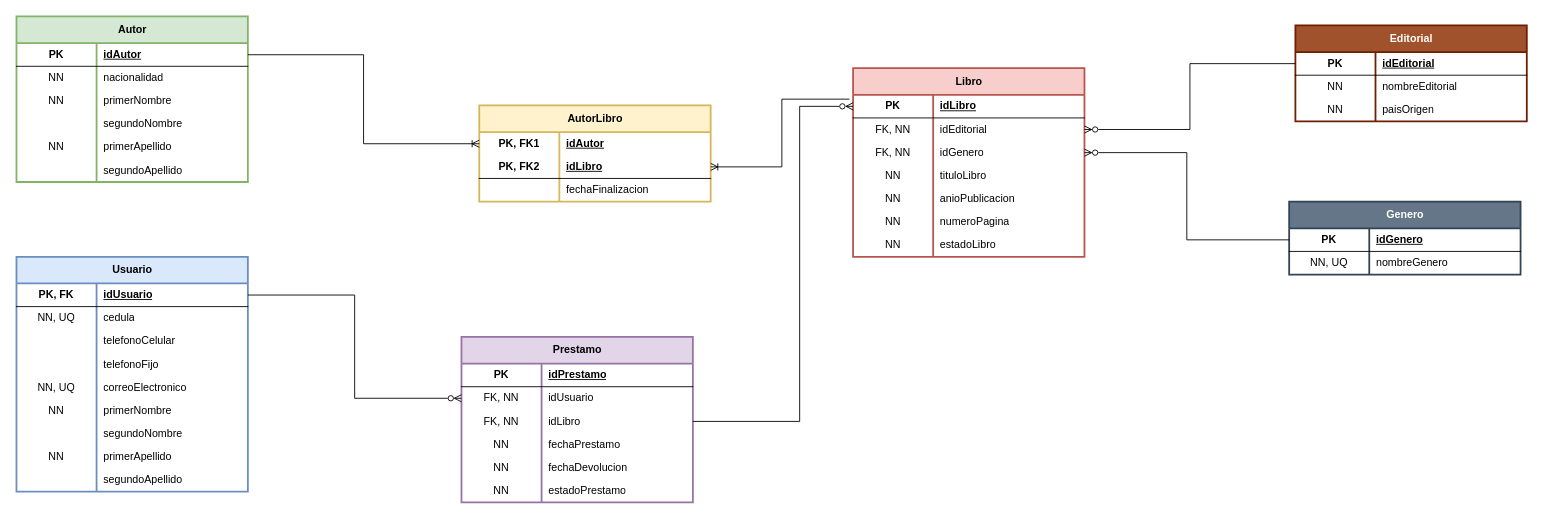
Isa4cc/BASE-DE-DATOS-I-DIAGRAMAS keeps this draw.io diagram as MODELO-LIBROS.drawio. Above is the earlier version. Source tidied: cells renumbered, new cells numbered last; positions are measured from the earlier drawing's top-left corner, leaving out a move shared by most shapes. Both pictures are drawn from the tidied source at 89%, with x=0, y=0 at pixel (16, 16).
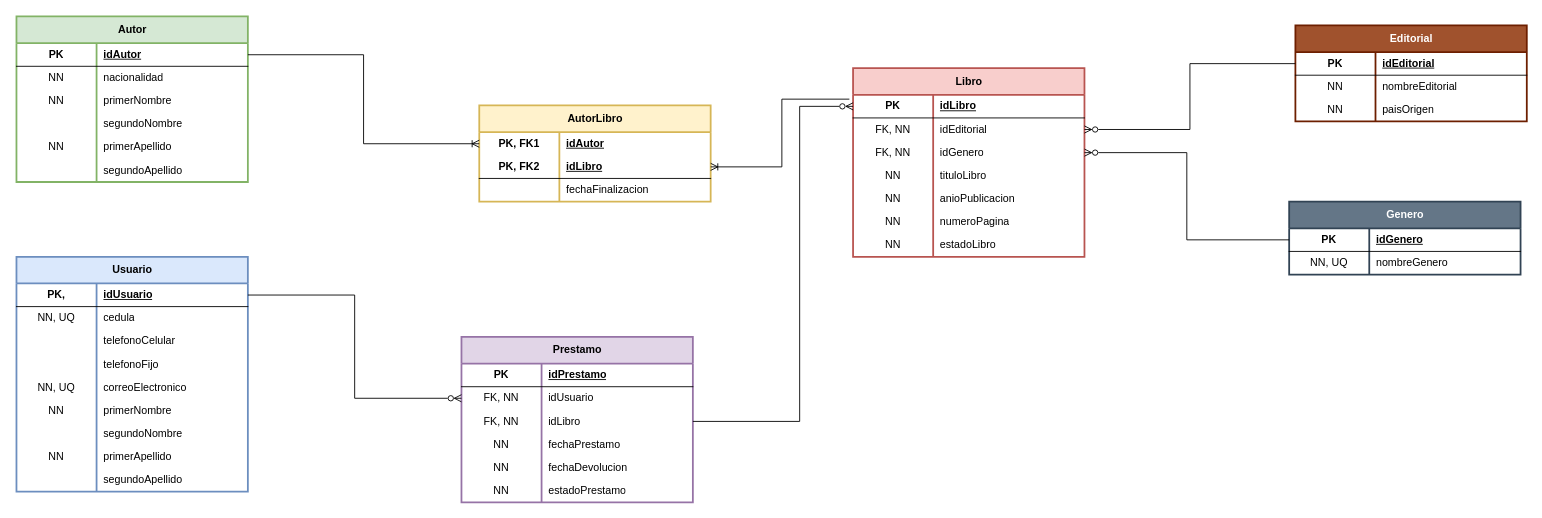
After the change.

Unchanged cells that the change refers to:
```xml
<mxCell id="22" style="shape=tableRow;horizontal=0;startSize=0;swimlaneHead=0;swimlaneBody=0;fillColor=none;points=[[0,0.5],[1,0.5]];portConstraint=eastwest;top=0;left=0;right=0;bottom=1;" parent="21" vertex="1">
  <mxGeometry y="30" width="260" height="26" as="geometry" />
</mxCell>
```

The edit, as a diff of the source:
```diff
@@
-    <mxCell id="23" value="PK, FK" style="shape=partialRectangle;fillColor=none;top=0;left=0;bottom=0;right=0;fontStyle=1;overflow=hidden;whiteSpace=wrap;html=1;" parent="22" vertex="1">
+    <mxCell id="23" value="PK," style="shape=partialRectangle;fillColor=none;top=0;left=0;bottom=0;right=0;fontStyle=1;overflow=hidden;whiteSpace=wrap;html=1;" parent="22" vertex="1">
       <mxGeometry width="90" height="26" as="geometry" />
     </mxCell>
```
